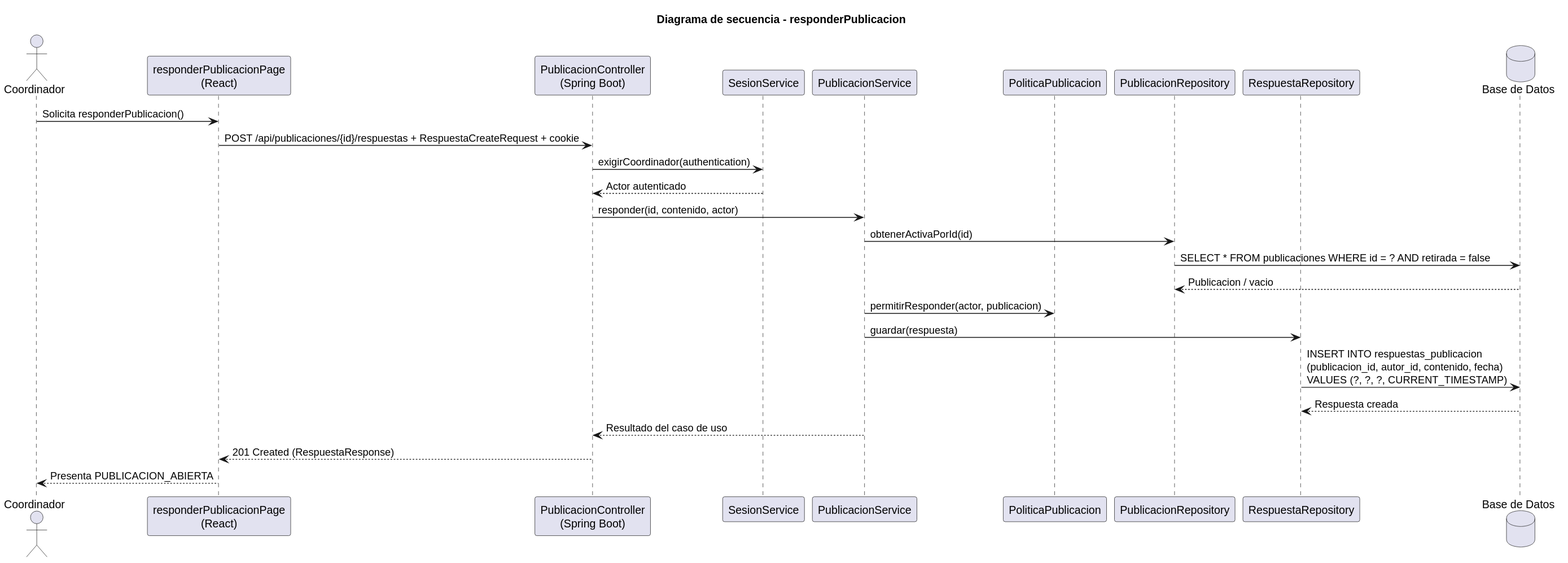
The PlantUML diagram images/RUP/02-diseño/casos-uso/coordinador/responderPublicacion/secuencia.svg in beatriizorozco/25-26-idsw2-sdVC, before a commit. Source of this version:
```plantuml
@startuml
title Diagrama de secuencia - responderPublicacion
actor Coordinador
participant "responderPublicacionPage\n(React)" as Frontend
participant "PublicacionController\n(Spring Boot)" as Api
participant "SesionService" as Sesion
participant "PublicacionService" as Service
participant "PoliticaPublicacion" as Policy
participant "PublicacionRepository" as Repo
participant "RespuestaRepository" as RespRepo
database "Base de Datos" as DB

Coordinador -> Frontend: Solicita responderPublicacion()
Frontend -> Api: POST /api/publicaciones/{id}/respuestas + RespuestaCreateRequest + cookie
Api -> Sesion: exigirCoordinador(authentication)
Sesion --> Api: Actor autenticado
Api -> Service: responder(id, contenido, actor)
Service -> Repo: obtenerActivaPorId(id)
Repo -> DB: SELECT * FROM publicaciones WHERE id = ? AND retirada = false
DB --> Repo: Publicacion / vacio
Service -> Policy: permitirResponder(actor, publicacion)
Service -> RespRepo: guardar(respuesta)
RespRepo -> DB: INSERT INTO respuestas_publicacion\n(publicacion_id, autor_id, contenido, fecha)\nVALUES (?, ?, ?, CURRENT_TIMESTAMP)
DB --> RespRepo: Respuesta creada
Service --> Api: Resultado del caso de uso
Api --> Frontend: 201 Created (RespuestaResponse)
Frontend --> Coordinador: Presenta PUBLICACION_ABIERTA
@enduml
```
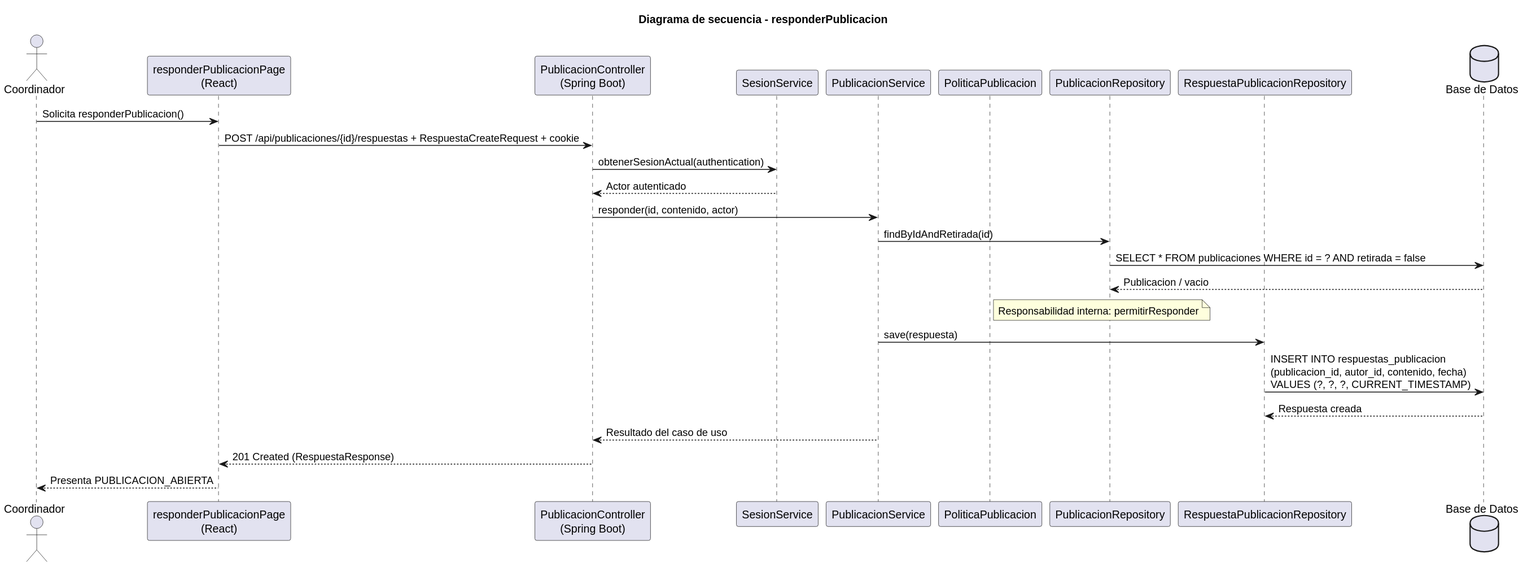
After the change.

Change to the diagram source:
```diff
@@ -7,19 +7,19 @@
 participant "PublicacionService" as Service
 participant "PoliticaPublicacion" as Policy
 participant "PublicacionRepository" as Repo
-participant "RespuestaRepository" as RespRepo
+participant "RespuestaPublicacionRepository" as RespRepo
 database "Base de Datos" as DB
 
 Coordinador -> Frontend: Solicita responderPublicacion()
 Frontend -> Api: POST /api/publicaciones/{id}/respuestas + RespuestaCreateRequest + cookie
-Api -> Sesion: exigirCoordinador(authentication)
+Api -> Sesion: obtenerSesionActual(authentication)
 Sesion --> Api: Actor autenticado
 Api -> Service: responder(id, contenido, actor)
-Service -> Repo: obtenerActivaPorId(id)
+Service -> Repo: findByIdAndRetirada(id)
 Repo -> DB: SELECT * FROM publicaciones WHERE id = ? AND retirada = false
 DB --> Repo: Publicacion / vacio
-Service -> Policy: permitirResponder(actor, publicacion)
-Service -> RespRepo: guardar(respuesta)
+note right of Policy: Responsabilidad interna: permitirResponder
+Service -> RespRepo: save(respuesta)
 RespRepo -> DB: INSERT INTO respuestas_publicacion\n(publicacion_id, autor_id, contenido, fecha)\nVALUES (?, ?, ?, CURRENT_TIMESTAMP)
 DB --> RespRepo: Respuesta creada
 Service --> Api: Resultado del caso de uso
```
